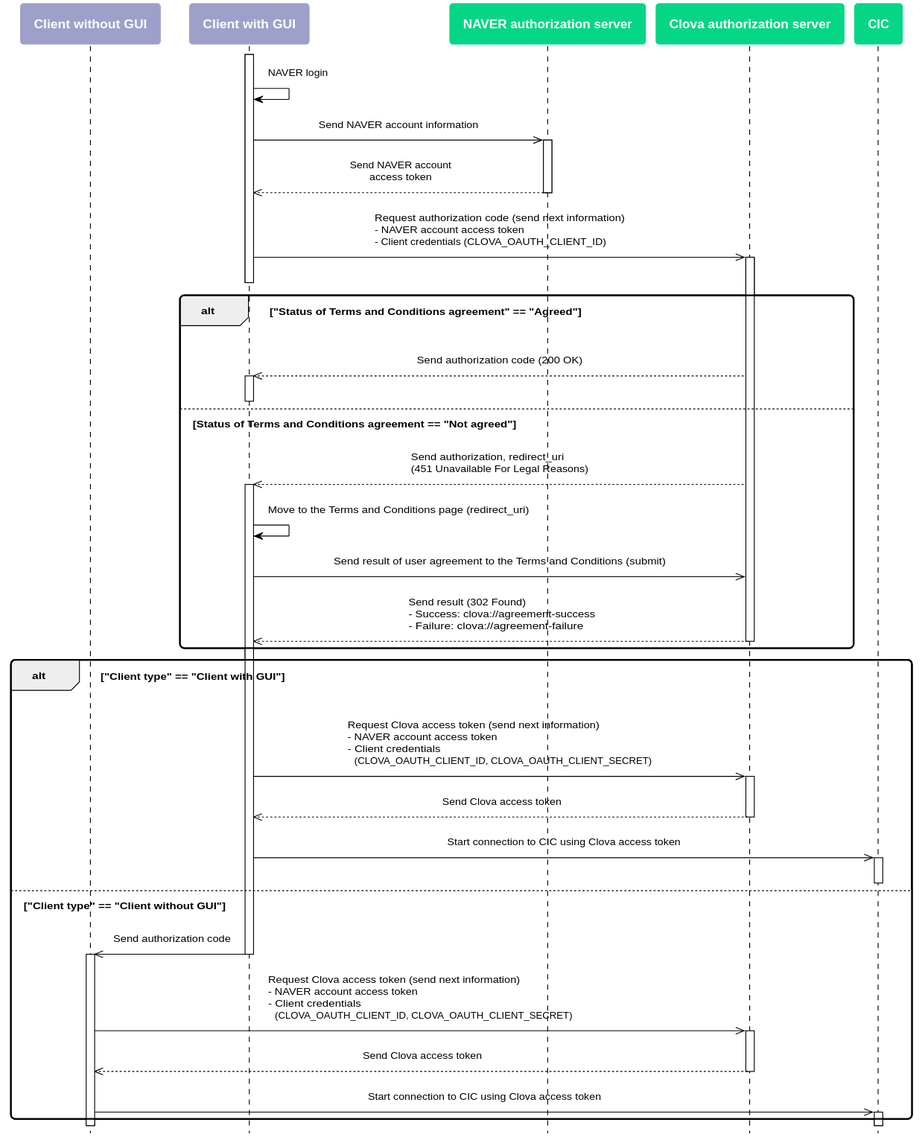
Earlier version of the PlantUML export en-KR/Develop/Assets/Images/CIC_Authorization.svg (muchokwon/clova-client-developer-guide).
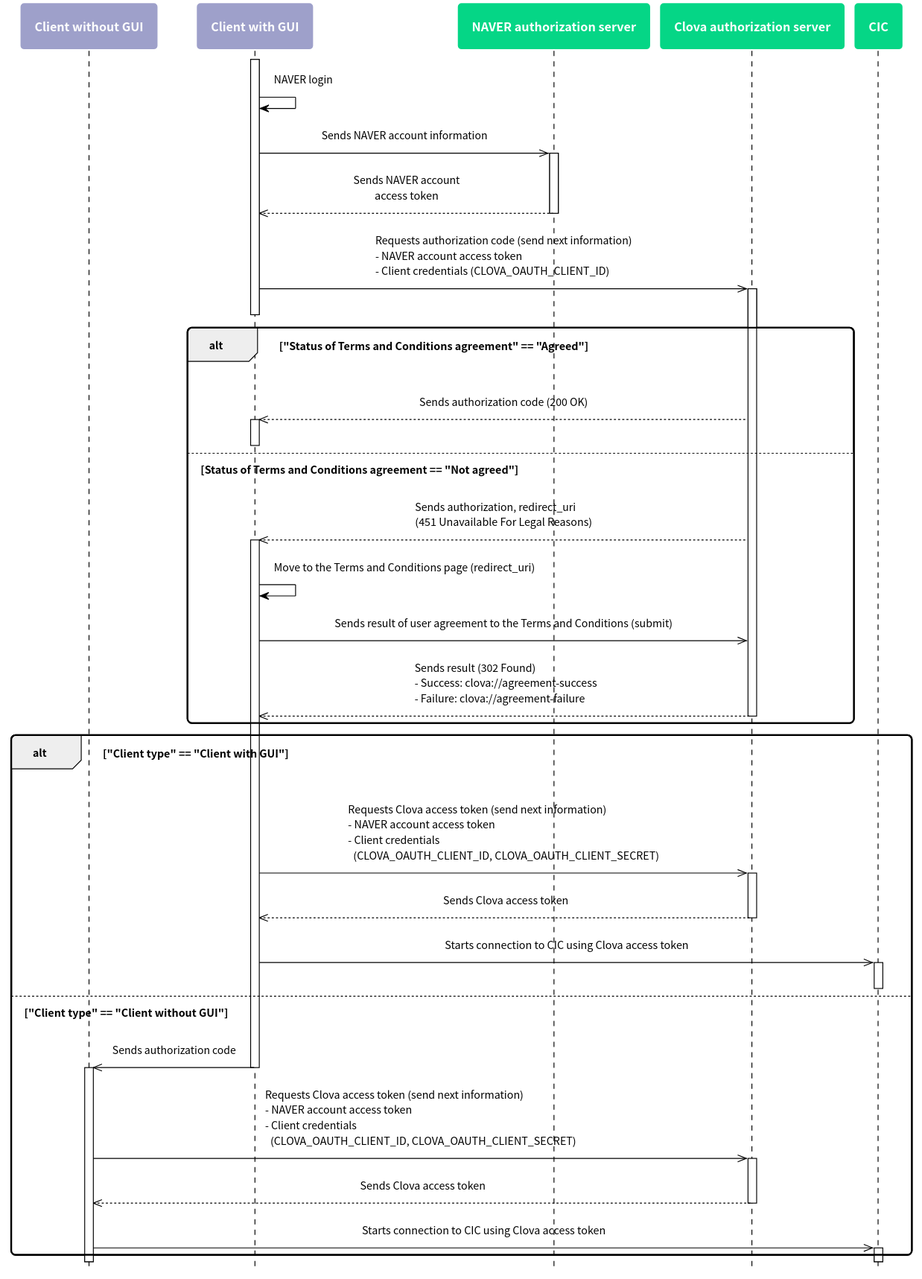
The same diagram one commit later.

Diff of the diagram source:
```diff
@@ -5,31 +5,49 @@
 skinparam roundcorner 10
 skinparam padding 10
 skinparam defaultFontSize 12
+skinparam defaultFontName "Noto Sans CJK KR"
+
+skinparam note {
+  BackgroundColor #9EA0CA
+  BorderColor #ffffff
+  FontColor #ffffff
+  FontSize 14
+  FontStyle bold
+}
+
 skinparam sequence {
-	ArrowColor #000000
-	ActorBorderColor #000000
-	ActorFontStyle Bolder
+  ArrowColor #000000
+  ActorBorderColor #000000
+  ActorFontStyle Bolder
 
-	LifeLineBorderColor #000000
-	LifeLineBackgroundColor transparent
-	ParticipantBorderColor transparent
-	ParticipantFontSize 14
-	ParticipantFontColor #ffffff
-	ParticipantFontStyle bold
 
-	BoxBorderColor #000000
-	BoxFontColor #ffffff
+  LifeLineBorderColor #000000
+  LifeLineBackgroundColor transparent
+  ParticipantBorderColor transparent
+  ParticipantFontSize 14
+  ParticipantFontColor #ffffff
+  ParticipantFontStyle bold
+
+  BoxBorderColor #000000
+  BoxFontColor #ffffff
     BoxFontSize 14
     BoxFontStyle bold
 }
-skinparam note {
-	BackgroundColor #9EA0CA
-	BorderColor #ffffff
-	FontColor #ffffff
-	FontSize 14
-	FontStyle bold
+hide footbox
+
+skinparam activity {
+  BackgroundColor #9EA0CA
+  BarColor #ffffff
+  BorderColor #ffffff
+  DiamondBackgroundColor #05D686
+  DiamondBorderColor #ffffff
+  DiamondFontColor #ffffff
+  DiamondFontSize 14
+  DiamondFontStyle bold
+  FontColor #ffffff
+  FontSize 14
+  FontStyle bold
 }
-hide footbox
 
 participant "Client without GUI" as device #9EA0CA
 participant "Client with GUI" as app #9EA0CA
@@ -40,54 +58,54 @@
 activate app
   app -> app: NAVER login
 
-  app ->> nauth: Send NAVER account information
+  app ->> nauth: Sends NAVER account information
 
   activate nauth
-    nauth -->> app: Send NAVER account\naccess token
+    nauth -->> app: Sends NAVER account\naccess token
   deactivate nauth
 
-  app ->> cauth: Request authorization code (send next information)\l- NAVER account access token\l- Client credentials (CLOVA_OAUTH_CLIENT_ID)
+  app ->> cauth: Requests authorization code (send next information)\l- NAVER account access token\l- Client credentials (CLOVA_OAUTH_CLIENT_ID)
 
 activate cauth
 
 deactivate app
 
 alt "Status of Terms and Conditions agreement" == "Agreed"
-    cauth -->> app: Send authorization code (200 OK)
+    cauth -->> app: Sends authorization code (200 OK)
     activate app
     deactivate app
 else Status of Terms and Conditions agreement == "Not agreed"
-  cauth -->> app: Send authorization, redirect_uri\l(451 Unavailable For Legal Reasons)
+  cauth -->> app: Sends authorization, redirect_uri\l(451 Unavailable For Legal Reasons)
   activate app
     app -> app: Move to the Terms and Conditions page (redirect_uri)
-    app ->> cauth: Send result of user agreement to the Terms and Conditions (submit)
-    cauth -->> app: Send result (302 Found)\l- Success: clova://agreement-success\l- Failure: clova://agreement-failure
+    app ->> cauth: Sends result of user agreement to the Terms and Conditions (submit)
+    cauth -->> app: Sends result (302 Found)\l- Success: clova://agreement-success\l- Failure: clova://agreement-failure
   deactivate cauth
 end
 
 alt "Client type" == "Client with GUI"
-  app ->> cauth: Request Clova access token (send next information)\l- NAVER account access token\l- Client credentials\l  (CLOVA_OAUTH_CLIENT_ID, CLOVA_OAUTH_CLIENT_SECRET)
+  app ->> cauth: Requests Clova access token (send next information)\l- NAVER account access token\l- Client credentials\l  (CLOVA_OAUTH_CLIENT_ID, CLOVA_OAUTH_CLIENT_SECRET)
 
   activate cauth
-    cauth -->> app: Send Clova access token
+    cauth -->> app: Sends Clova access token
   deactivate cauth
 
-  app ->> cic: Start connection to CIC using Clova access token
+  app ->> cic: Starts connection to CIC using Clova access token
   activate cic
   deactivate cic
 
 else "Client type" == "Client without GUI"
-  app ->> device: Send authorization code
+  app ->> device: Sends authorization code
   deactivate app
 
   activate device
-    device ->> cauth: Request Clova access token (send next information)\l- NAVER account access token\l- Client credentials\l  (CLOVA_OAUTH_CLIENT_ID, CLOVA_OAUTH_CLIENT_SECRET)
+    device ->> cauth: Requests Clova access token (send next information)\l- NAVER account access token\l- Client credentials\l  (CLOVA_OAUTH_CLIENT_ID, CLOVA_OAUTH_CLIENT_SECRET)
 
     activate cauth
-        cauth -->> device: Send Clova access token
+        cauth -->> device: Sends Clova access token
     deactivate cauth
 
-    device ->> cic: Start connection to CIC using Clova access token
+    device ->> cic: Starts connection to CIC using Clova access token
 
     activate cic
   end
```
